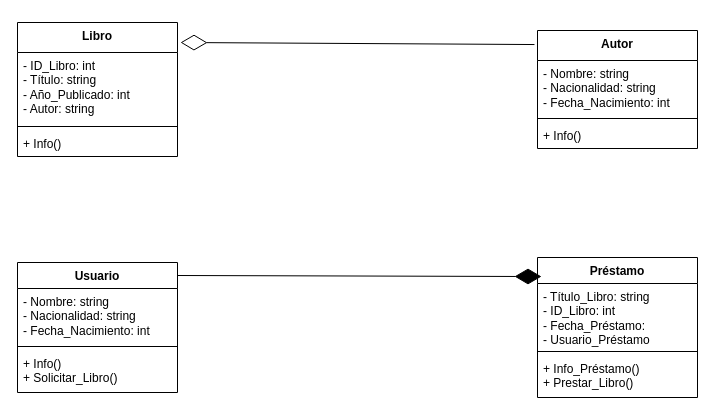
Earlier version of the draw.io diagram UML1.drawio (JuanDaCK/JuanCedeno-DiagramasDeFlujo). Source tidied: cells renumbered, new cells numbered last; positions are measured from the earlier drawing's top-left corner, leaving out a move shared by most shapes. Both pictures are drawn from the tidied source at 100%, with x=0, y=0 at pixel (17, 22).
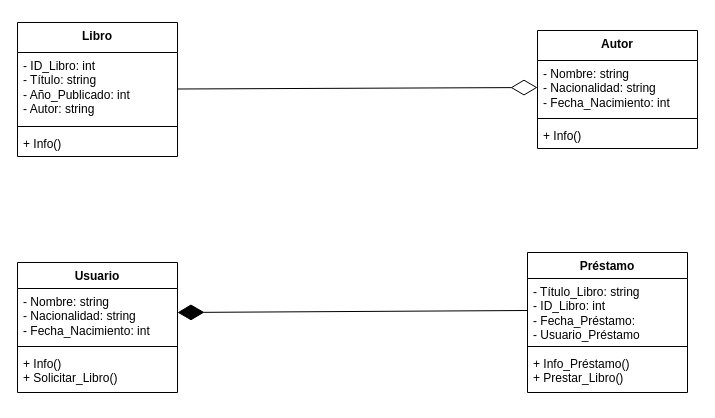
The same page after the edit.

Unchanged cells that the change refers to:
```xml
<mxCell id="2" value="Autor" style="swimlane;fontStyle=1;align=center;verticalAlign=top;horizontal=1;startSize=30;whiteSpace=wrap;html=1;" parent="1" vertex="1">
  <mxGeometry x="520" y="8" width="160" height="118" as="geometry" />
</mxCell>
<mxCell id="3" value="- Nombre: string&lt;div&gt;- Nacionalidad: string&lt;/div&gt;&lt;div&gt;- Fecha_Nacimiento: int&lt;/div&gt;" style="text;strokeColor=none;fillColor=none;align=left;verticalAlign=top;spacingLeft=4;spacingRight=4;overflow=hidden;points=[[0,0.5],[1,0.5]];portConstraint=eastwest;whiteSpace=wrap;html=1;" parent="2" vertex="1">
  <mxGeometry y="30" width="160" height="54" as="geometry" />
</mxCell>
<mxCell id="6" value="Libro" style="swimlane;fontStyle=1;align=center;verticalAlign=top;horizontal=1;startSize=30;whiteSpace=wrap;html=1;" parent="1" vertex="1">
  <mxGeometry width="160" height="134" as="geometry" />
</mxCell>
<mxCell id="10" value="Usuario" style="swimlane;fontStyle=1;align=center;verticalAlign=top;horizontal=1;startSize=26;whiteSpace=wrap;html=1;" parent="1" vertex="1">
  <mxGeometry y="240" width="160" height="130" as="geometry" />
</mxCell>
<mxCell id="15" value="- Título_Libro: string&lt;div&gt;- ID_Libro: int&lt;/div&gt;&lt;div&gt;- Fecha_Préstamo:&amp;nbsp;&lt;/div&gt;&lt;div&gt;- Usuario_Préstamo&lt;/div&gt;" style="text;strokeColor=none;fillColor=none;align=left;verticalAlign=top;spacingLeft=4;spacingRight=4;overflow=hidden;points=[[0,0.5],[1,0.5]];portConstraint=eastwest;whiteSpace=wrap;html=1;" parent="14" vertex="1">
  <mxGeometry y="26" width="160" height="64" as="geometry" />
</mxCell>
```

Diff of the diagram source:
```diff
@@
     <mxCell id="14" value="Préstamo" style="swimlane;fontStyle=1;align=center;verticalAlign=top;horizontal=1;startSize=26;whiteSpace=wrap;html=1;" parent="1" vertex="1">
-      <mxGeometry x="520" y="235" width="160" height="140" as="geometry" />
+      <mxGeometry x="510" y="230" width="160" height="140" as="geometry" />
     </mxCell>
@@
-    <mxCell id="18" style="endArrow=diamondThin;endFill=0;endSize=24;html=1;rounded=0;entryX=1.019;entryY=0.149;entryDx=0;entryDy=0;entryPerimeter=0;exitX=-0.019;exitY=0.119;exitDx=0;exitDy=0;exitPerimeter=0;" parent="1" edge="1" source="2" target="6">
-      <mxGeometry relative="1" as="geometry">
-        <Array as="points">
-          <mxPoint x="163" y="20" />
-        </Array>
-      </mxGeometry>
-    </mxCell>
-    <mxCell id="19" style="endArrow=diamondThin;endFill=1;endSize=24;html=1;rounded=0;entryX=0.025;entryY=0.136;entryDx=0;entryDy=0;entryPerimeter=0;exitX=1;exitY=0.1;exitDx=0;exitDy=0;exitPerimeter=0;" parent="1" edge="1" source="10" target="14">
-      <mxGeometry relative="1" as="geometry" />
-    </mxCell>
+    <mxCell id="20" style="endArrow=diamondThin;endFill=0;endSize=24;html=1;rounded=0;entryX=0;entryY=0.5;entryDx=0;entryDy=0;" parent="1" edge="1" target="3">
+      <mxGeometry relative="1" as="geometry">
+        <mxPoint x="160" y="66.5" as="sourcePoint" />
+      </mxGeometry>
+    </mxCell>
+    <mxCell id="21" style="endArrow=diamondThin;endFill=1;endSize=24;html=1;rounded=0;exitX=0;exitY=0.5;exitDx=0;exitDy=0;" parent="1" edge="1" source="15">
+      <mxGeometry relative="1" as="geometry">
+        <mxPoint x="160" y="290" as="targetPoint" />
+      </mxGeometry>
+    </mxCell>
```
